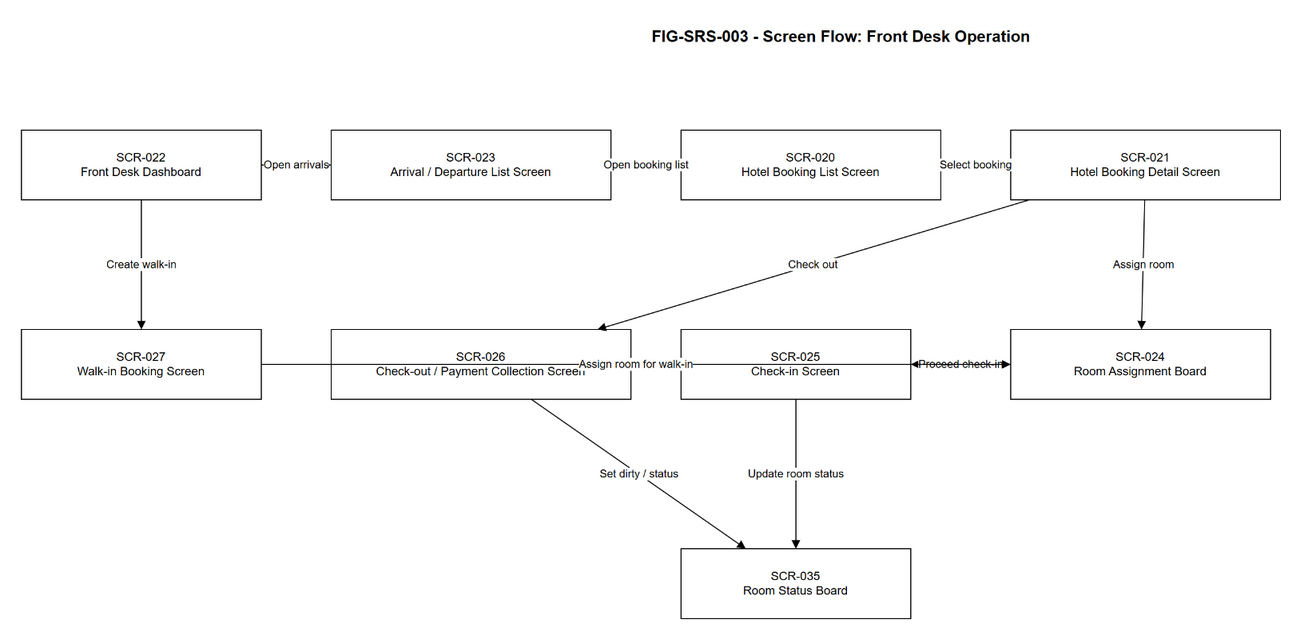
Earlier version of the draw.io export diagrams/png/FIG-SRS-003_screen_flow_front_desk_operation.png (thaideptrai218/hotel-management-system-srs). Source tidied: cells renumbered, new cells last; positions are measured from the earlier drawing's top-left corner, leaving out a move shared by most shapes. Its diagram source:
```xml
<mxGraphModel>
  <root>
    <mxCell id="0" />
    <mxCell id="1" parent="0" />
    <mxCell id="2" value="FIG-SRS-003 - Screen Flow: Front Desk Operation" style="text;html=1;strokeColor=none;fillColor=none;fontSize=16;fontStyle=1;align=center;" parent="1" vertex="1">
      <mxGeometry x="390" width="860" height="40" as="geometry" />
    </mxCell>
    <mxCell id="3" value="SCR-022&#10;Front Desk Dashboard" style="rounded=0;whiteSpace=wrap;html=1;fontSize=12;" parent="1" vertex="1">
      <mxGeometry y="110" width="240" height="70" as="geometry" />
    </mxCell>
    <mxCell id="4" value="SCR-023&#10;Arrival / Departure List Screen" style="rounded=0;whiteSpace=wrap;html=1;fontSize=12;" parent="1" vertex="1">
      <mxGeometry x="310" y="110" width="280" height="70" as="geometry" />
    </mxCell>
    <mxCell id="5" value="SCR-020&#10;Hotel Booking List Screen" style="rounded=0;whiteSpace=wrap;html=1;fontSize=12;" parent="1" vertex="1">
      <mxGeometry x="660" y="110" width="260" height="70" as="geometry" />
    </mxCell>
    <mxCell id="6" value="SCR-021&#10;Hotel Booking Detail Screen" style="rounded=0;whiteSpace=wrap;html=1;fontSize=12;" parent="1" vertex="1">
      <mxGeometry x="990" y="110" width="270" height="70" as="geometry" />
    </mxCell>
    <mxCell id="7" value="SCR-024&#10;Room Assignment Board" style="rounded=0;whiteSpace=wrap;html=1;fontSize=12;" parent="1" vertex="1">
      <mxGeometry x="990" y="310" width="260" height="70" as="geometry" />
    </mxCell>
    <mxCell id="8" value="SCR-025&#10;Check-in Screen" style="rounded=0;whiteSpace=wrap;html=1;fontSize=12;" parent="1" vertex="1">
      <mxGeometry x="660" y="310" width="230" height="70" as="geometry" />
    </mxCell>
    <mxCell id="9" value="SCR-026&#10;Check-out / Payment Collection Screen" style="rounded=0;whiteSpace=wrap;html=1;fontSize=12;" parent="1" vertex="1">
      <mxGeometry x="310" y="310" width="300" height="70" as="geometry" />
    </mxCell>
    <mxCell id="10" value="SCR-027&#10;Walk-in Booking Screen" style="rounded=0;whiteSpace=wrap;html=1;fontSize=12;" parent="1" vertex="1">
      <mxGeometry y="310" width="240" height="70" as="geometry" />
    </mxCell>
    <mxCell id="11" value="SCR-035&#10;Room Status Board" style="rounded=0;whiteSpace=wrap;html=1;fontSize=12;" parent="1" vertex="1">
      <mxGeometry x="660" y="530" width="230" height="70" as="geometry" />
    </mxCell>
    <mxCell id="12" value="Open arrivals" style="endArrow=block;html=1;rounded=0;fontSize=11;" parent="1" edge="1" source="3" target="4">
      <mxGeometry relative="1" as="geometry" />
    </mxCell>
    <mxCell id="13" value="Open booking list" style="endArrow=block;html=1;rounded=0;fontSize=11;" parent="1" edge="1" source="4" target="5">
      <mxGeometry relative="1" as="geometry" />
    </mxCell>
    <mxCell id="14" value="Select booking" style="endArrow=block;html=1;rounded=0;fontSize=11;" parent="1" edge="1" source="5" target="6">
      <mxGeometry relative="1" as="geometry" />
    </mxCell>
    <mxCell id="15" value="Assign room" style="endArrow=block;html=1;rounded=0;fontSize=11;" parent="1" edge="1" source="6" target="7">
      <mxGeometry relative="1" as="geometry" />
    </mxCell>
    <mxCell id="16" value="Proceed check-in" style="endArrow=block;html=1;rounded=0;fontSize=11;" parent="1" edge="1" source="7" target="8">
      <mxGeometry relative="1" as="geometry" />
    </mxCell>
    <mxCell id="17" value="Check out" style="endArrow=block;html=1;rounded=0;fontSize=11;" parent="1" edge="1" source="6" target="9">
      <mxGeometry relative="1" as="geometry" />
    </mxCell>
    <mxCell id="18" value="Create walk-in" style="endArrow=block;html=1;rounded=0;fontSize=11;" parent="1" edge="1" source="3" target="10">
      <mxGeometry relative="1" as="geometry" />
    </mxCell>
    <mxCell id="19" value="Update room status" style="endArrow=block;html=1;rounded=0;fontSize=11;" parent="1" edge="1" source="8" target="11">
      <mxGeometry relative="1" as="geometry" />
    </mxCell>
    <mxCell id="20" value="Set dirty / status" style="endArrow=block;html=1;rounded=0;fontSize=11;" parent="1" edge="1" source="9" target="11">
      <mxGeometry relative="1" as="geometry" />
    </mxCell>
    <mxCell id="21" value="Assign room for walk-in" style="endArrow=block;html=1;rounded=0;fontSize=11;" parent="1" edge="1" source="10" target="7">
      <mxGeometry relative="1" as="geometry" />
    </mxCell>
  </root>
</mxGraphModel>
```
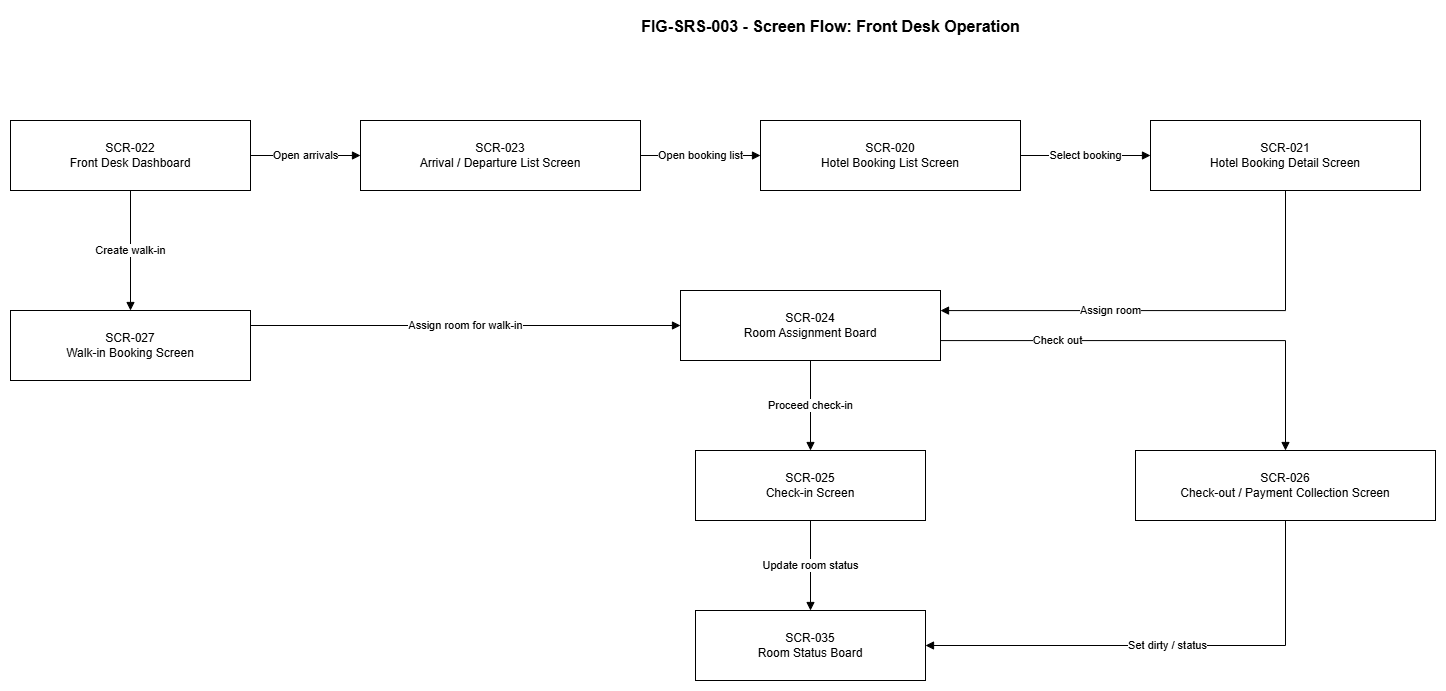
The same diagram one commit later.

Change to the diagram source:
```diff
@@ -9,28 +9,25 @@
       <mxGeometry y="110" width="240" height="70" as="geometry" />
     </mxCell>
     <mxCell id="4" value="SCR-023&#10;Arrival / Departure List Screen" style="rounded=0;whiteSpace=wrap;html=1;fontSize=12;" parent="1" vertex="1">
-      <mxGeometry x="310" y="110" width="280" height="70" as="geometry" />
+      <mxGeometry x="350" y="110" width="280" height="70" as="geometry" />
     </mxCell>
     <mxCell id="5" value="SCR-020&#10;Hotel Booking List Screen" style="rounded=0;whiteSpace=wrap;html=1;fontSize=12;" parent="1" vertex="1">
-      <mxGeometry x="660" y="110" width="260" height="70" as="geometry" />
+      <mxGeometry x="750" y="110" width="260" height="70" as="geometry" />
     </mxCell>
     <mxCell id="6" value="SCR-021&#10;Hotel Booking Detail Screen" style="rounded=0;whiteSpace=wrap;html=1;fontSize=12;" parent="1" vertex="1">
-      <mxGeometry x="990" y="110" width="270" height="70" as="geometry" />
+      <mxGeometry x="1140" y="110" width="270" height="70" as="geometry" />
     </mxCell>
-    <mxCell id="7" value="SCR-024&#10;Room Assignment Board" style="rounded=0;whiteSpace=wrap;html=1;fontSize=12;" parent="1" vertex="1">
-      <mxGeometry x="990" y="310" width="260" height="70" as="geometry" />
-    </mxCell>
     <mxCell id="8" value="SCR-025&#10;Check-in Screen" style="rounded=0;whiteSpace=wrap;html=1;fontSize=12;" parent="1" vertex="1">
-      <mxGeometry x="660" y="310" width="230" height="70" as="geometry" />
+      <mxGeometry x="685" y="440" width="230" height="70" as="geometry" />
     </mxCell>
     <mxCell id="9" value="SCR-026&#10;Check-out / Payment Collection Screen" style="rounded=0;whiteSpace=wrap;html=1;fontSize=12;" parent="1" vertex="1">
-      <mxGeometry x="310" y="310" width="300" height="70" as="geometry" />
+      <mxGeometry x="1125" y="440" width="300" height="70" as="geometry" />
     </mxCell>
     <mxCell id="10" value="SCR-027&#10;Walk-in Booking Screen" style="rounded=0;whiteSpace=wrap;html=1;fontSize=12;" parent="1" vertex="1">
-      <mxGeometry y="310" width="240" height="70" as="geometry" />
+      <mxGeometry y="300" width="240" height="70" as="geometry" />
     </mxCell>
     <mxCell id="11" value="SCR-035&#10;Room Status Board" style="rounded=0;whiteSpace=wrap;html=1;fontSize=12;" parent="1" vertex="1">
-      <mxGeometry x="660" y="530" width="230" height="70" as="geometry" />
+      <mxGeometry x="685" y="600" width="230" height="70" as="geometry" />
     </mxCell>
     <mxCell id="12" value="Open arrivals" style="endArrow=block;html=1;rounded=0;fontSize=11;" parent="1" edge="1" source="3" target="4">
       <mxGeometry relative="1" as="geometry" />
@@ -41,14 +38,22 @@
     <mxCell id="14" value="Select booking" style="endArrow=block;html=1;rounded=0;fontSize=11;" parent="1" edge="1" source="5" target="6">
       <mxGeometry relative="1" as="geometry" />
     </mxCell>
-    <mxCell id="15" value="Assign room" style="endArrow=block;html=1;rounded=0;fontSize=11;" parent="1" edge="1" source="6" target="7">
-      <mxGeometry relative="1" as="geometry" />
+    <mxCell id="15" value="Assign room" style="endArrow=block;html=1;rounded=0;fontSize=11;edgeStyle=orthogonalEdgeStyle;" parent="1" edge="1" source="6" target="7">
+      <mxGeometry x="0.27" relative="1" as="geometry">
+        <Array as="points">
+          <mxPoint x="1275" y="300" />
+        </Array>
+      </mxGeometry>
     </mxCell>
-    <mxCell id="16" value="Proceed check-in" style="endArrow=block;html=1;rounded=0;fontSize=11;" parent="1" edge="1" source="7" target="8">
+    <mxCell id="16" value="Proceed check-in" style="endArrow=block;html=1;rounded=0;fontSize=11;edgeStyle=orthogonalEdgeStyle;" parent="1" edge="1" source="7" target="8">
       <mxGeometry relative="1" as="geometry" />
     </mxCell>
-    <mxCell id="17" value="Check out" style="endArrow=block;html=1;rounded=0;fontSize=11;" parent="1" edge="1" source="6" target="9">
-      <mxGeometry relative="1" as="geometry" />
+    <mxCell id="17" value="Check out" style="endArrow=block;html=1;rounded=0;fontSize=11;edgeStyle=orthogonalEdgeStyle;" parent="1" edge="1" source="7" target="9">
+      <mxGeometry x="-0.49" relative="1" as="geometry">
+        <Array as="points">
+          <mxPoint x="1275" y="330" />
+        </Array>
+      </mxGeometry>
     </mxCell>
     <mxCell id="18" value="Create walk-in" style="endArrow=block;html=1;rounded=0;fontSize=11;" parent="1" edge="1" source="3" target="10">
       <mxGeometry relative="1" as="geometry" />
@@ -56,11 +61,23 @@
     <mxCell id="19" value="Update room status" style="endArrow=block;html=1;rounded=0;fontSize=11;" parent="1" edge="1" source="8" target="11">
       <mxGeometry relative="1" as="geometry" />
     </mxCell>
-    <mxCell id="20" value="Set dirty / status" style="endArrow=block;html=1;rounded=0;fontSize=11;" parent="1" edge="1" source="9" target="11">
-      <mxGeometry relative="1" as="geometry" />
+    <mxCell id="20" value="Set dirty / status" style="endArrow=block;html=1;rounded=0;fontSize=11;edgeStyle=orthogonalEdgeStyle;" parent="1" edge="1" source="9" target="11">
+      <mxGeometry relative="1" as="geometry">
+        <Array as="points">
+          <mxPoint x="1275" y="635" />
+        </Array>
+      </mxGeometry>
     </mxCell>
-    <mxCell id="21" value="Assign room for walk-in" style="endArrow=block;html=1;rounded=0;fontSize=11;" parent="1" edge="1" source="10" target="7">
-      <mxGeometry relative="1" as="geometry" />
+    <mxCell id="21" value="Assign room for walk-in" style="endArrow=block;html=1;rounded=0;fontSize=11;edgeStyle=orthogonalEdgeStyle;" parent="1" edge="1" source="10" target="7">
+      <mxGeometry relative="1" as="geometry">
+        <Array as="points">
+          <mxPoint x="480" y="315" />
+          <mxPoint x="480" y="315" />
+        </Array>
+      </mxGeometry>
     </mxCell>
+    <mxCell id="7" value="SCR-024&#10;Room Assignment Board" style="rounded=0;whiteSpace=wrap;html=1;fontSize=12;" parent="1" vertex="1">
+      <mxGeometry x="670" y="280" width="260" height="70" as="geometry" />
+    </mxCell>
   </root>
 </mxGraphModel>
```
